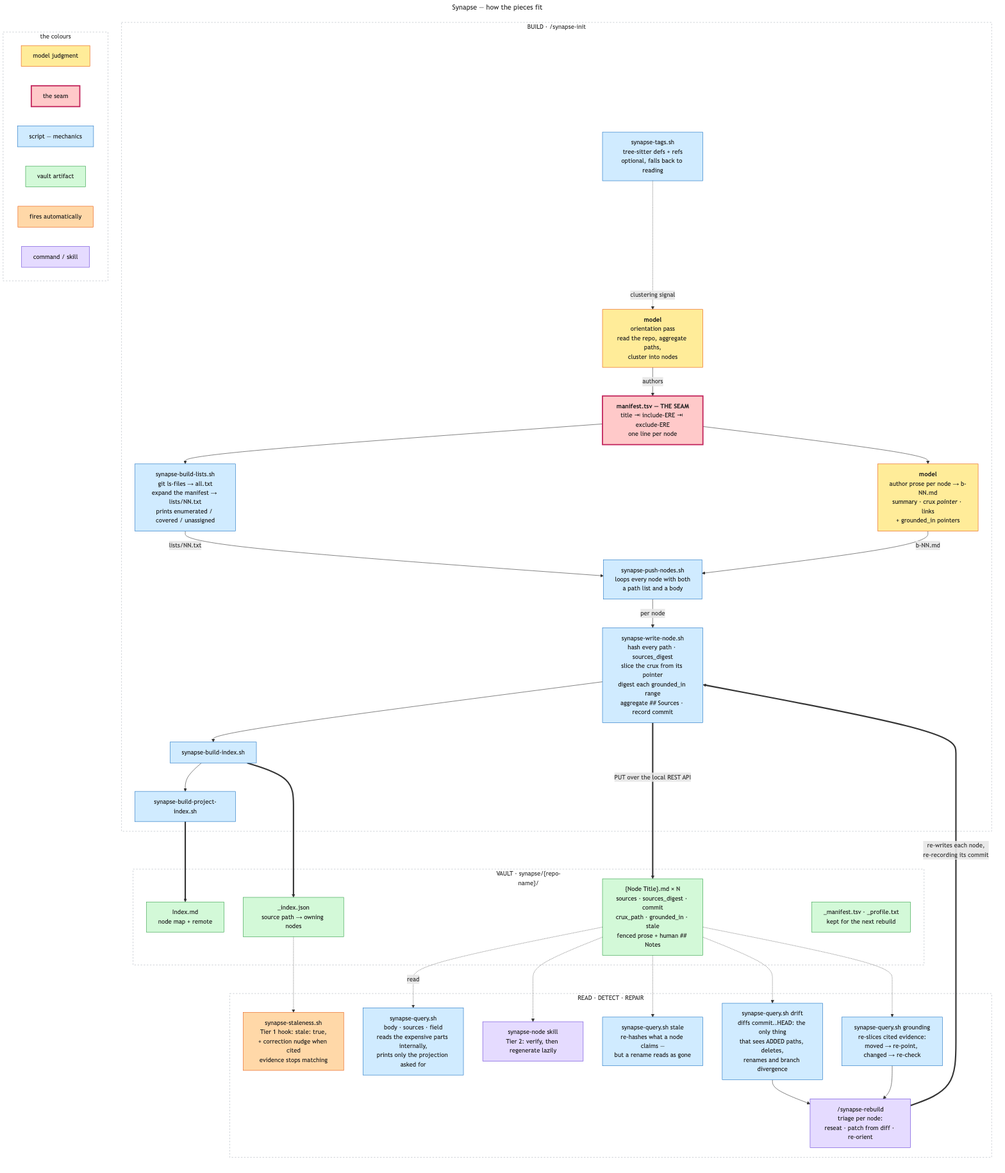
Earlier version of the Mermaid export docs/diagrams/synapse-pipeline.png (imunitic/second-brain-setup). Its source is kept beside it as docs/diagrams/synapse-pipeline.mmd.
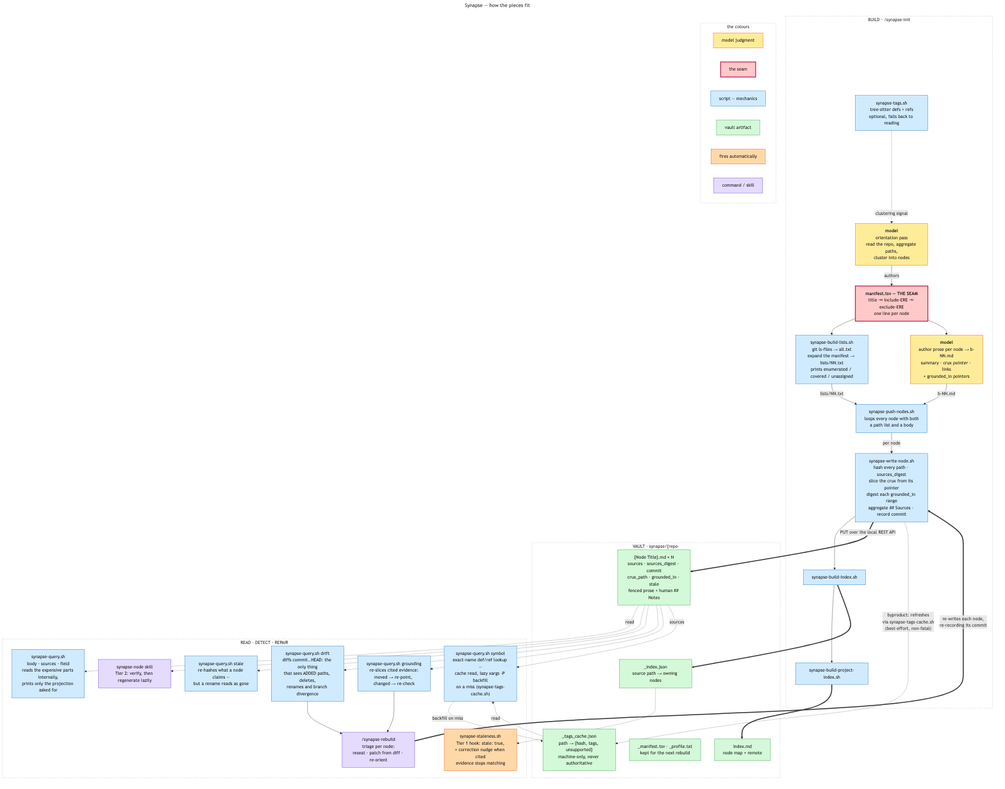
After the commit.

Commit message:
Document synapse-tags-cache.sh and symbol lookup in README and pipeline diagram

What changed in the source:
```diff
@@ -37,15 +37,18 @@
         JSON["_index.json<br/>source path → owning nodes"]
         INDEX["Index.md<br/>node map + remote"]
         AUX["_manifest.tsv · _profile.txt<br/>kept for the next rebuild"]
+        TAGSCACHE["_tags_cache.json<br/>path → {hash, tags, unsupported}<br/>machine-only, never authoritative"]
     end
 
     WRITE ==>|"PUT over the local REST API"| NODE
     IDX ==> JSON
     PIDX ==> INDEX
+    WRITE -.->|"byproduct: refreshes<br/>via synapse-tags-cache.sh<br/>(best-effort, non-fatal)"| TAGSCACHE
 
     subgraph USE["READ · DETECT · REPAIR"]
         direction TB
         QUERY["synapse-query.sh<br/>body · sources · field<br/>reads the expensive parts internally,<br/>prints only the projection asked for"]
+        SYMBOL["synapse-query.sh symbol<br/>exact-name def/ref lookup —<br/>cache read, lazy xargs -P backfill<br/>on a miss (synapse-tags-cache.sh)"]
         NODESKILL["synapse-node skill<br/>Tier 2: verify, then regenerate lazily"]
         STALE1["synapse-staleness.sh<br/>Tier 1 hook: stale: true,<br/>+ correction nudge when cited<br/>evidence stops matching"]
         STALE2["synapse-query.sh stale<br/>re-hashes what a node claims —<br/>but a rename reads as gone"]
@@ -63,12 +66,15 @@
     NODE -.-> STALE2
     NODE -.-> DRIFT
     NODE -.-> GROUND
+    NODE -.->|"sources"| SYMBOL
+    TAGSCACHE -.->|"read"| SYMBOL
+    SYMBOL -.->|"backfill on miss"| TAGSCACHE
     REBUILD ==>|"re-writes each node,<br/>re-recording its commit"| WRITE
 
     class ORIENT,PROSE model
     class MANIFEST seam
-    class LISTS,PUSH,WRITE,IDX,PIDX,TAGS,QUERY,STALE2,DRIFT,GROUND script
-    class NODE,JSON,INDEX,AUX vault
+    class LISTS,PUSH,WRITE,IDX,PIDX,TAGS,QUERY,SYMBOL,STALE2,DRIFT,GROUND script
+    class NODE,JSON,INDEX,AUX,TAGSCACHE vault
     class STALE1 hook
     class REBUILD,NODESKILL cmd
 
```
